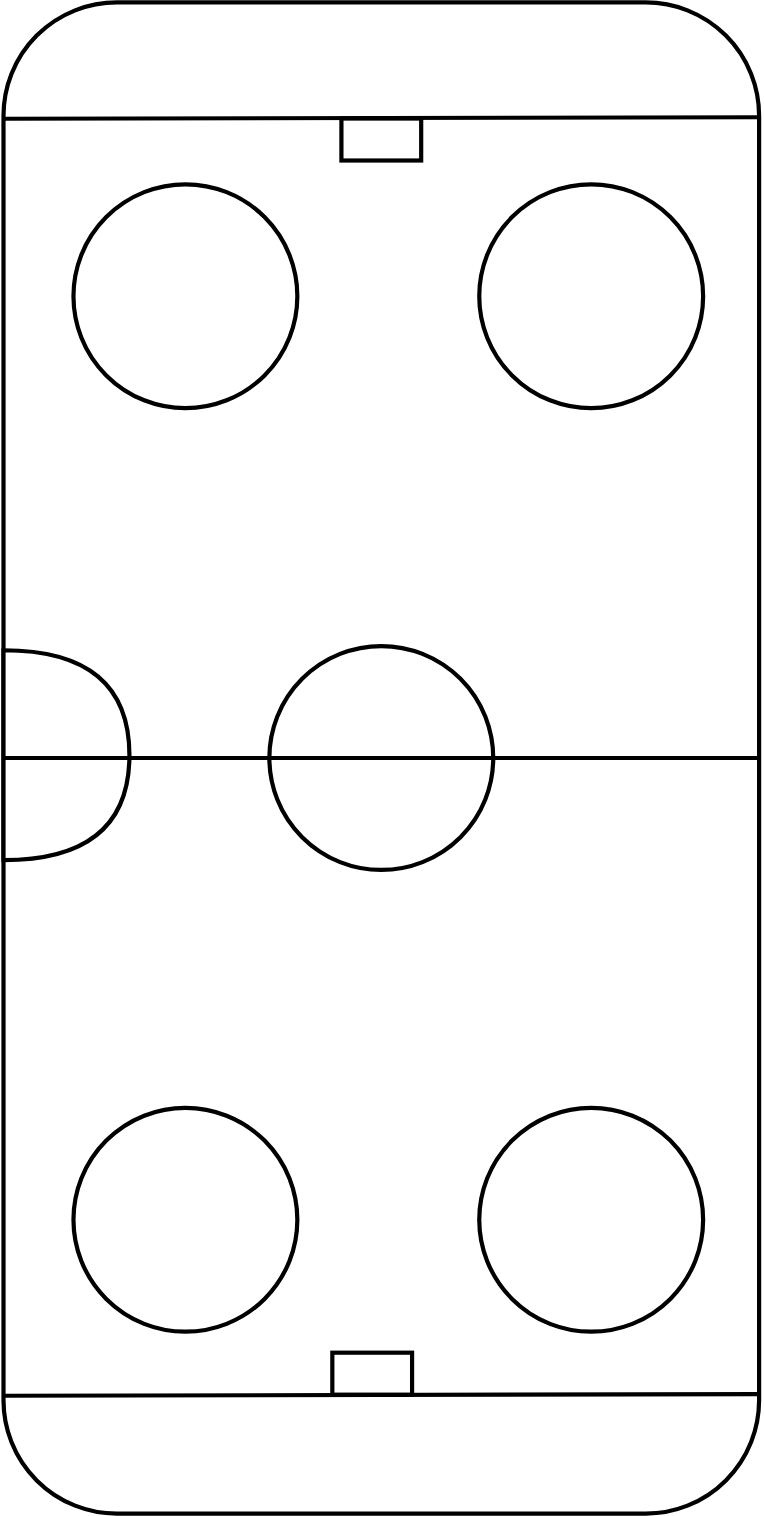
This is images/piste.svg from sebChevre/shot-tracker, a draw.io export, as it was before one commit. Source tidied: cells renumbered, new cells last; positions are measured from the earlier drawing's top-left corner, leaving out a move shared by most shapes. Its diagram source:
```xml
<mxGraphModel>
  <root>
    <mxCell id="0" />
    <mxCell id="1" parent="0" />
    <mxCell id="2" style="rounded=1;whiteSpace=wrap;html=1;strokeWidth=3;" parent="1" vertex="1">
      <mxGeometry width="540" height="1080" as="geometry" />
    </mxCell>
    <mxCell id="3" style="shape=or;whiteSpace=wrap;html=1;strokeWidth=3;" parent="1" vertex="1">
      <mxGeometry y="463" width="90" height="150" as="geometry" />
    </mxCell>
    <mxCell id="4" style="ellipse;whiteSpace=wrap;html=1;strokeWidth=3;" parent="1" vertex="1">
      <mxGeometry x="190" y="460" width="160" height="160" as="geometry" />
    </mxCell>
    <mxCell id="5" style="endArrow=none;html=1;rounded=0;entryX=0;entryY=0.5;entryDx=0;entryDy=0;exitX=1;exitY=0.5;exitDx=0;exitDy=0;strokeWidth=3;" parent="1" edge="1" source="2" target="2">
      <mxGeometry relative="1" as="geometry" />
    </mxCell>
    <mxCell id="6" style="endArrow=none;html=1;rounded=0;exitX=0;exitY=0.922;exitDx=0;exitDy=0;exitPerimeter=0;entryX=1;entryY=0.921;entryDx=0;entryDy=0;entryPerimeter=0;strokeWidth=3;" parent="1" edge="1" source="2" target="2">
      <mxGeometry relative="1" as="geometry" />
    </mxCell>
    <mxCell id="7" style="endArrow=none;html=1;rounded=0;exitX=-0.001;exitY=0.077;exitDx=0;exitDy=0;exitPerimeter=0;entryX=1.001;entryY=0.076;entryDx=0;entryDy=0;entryPerimeter=0;strokeWidth=3;" parent="1" edge="1" source="2" target="2">
      <mxGeometry relative="1" as="geometry" />
    </mxCell>
    <mxCell id="8" style="ellipse;whiteSpace=wrap;html=1;strokeWidth=3;" parent="1" vertex="1">
      <mxGeometry x="50" y="130" width="160" height="160" as="geometry" />
    </mxCell>
    <mxCell id="9" style="ellipse;whiteSpace=wrap;html=1;strokeWidth=3;" parent="1" vertex="1">
      <mxGeometry x="340" y="130" width="160" height="160" as="geometry" />
    </mxCell>
    <mxCell id="10" style="ellipse;whiteSpace=wrap;html=1;strokeWidth=3;" parent="1" vertex="1">
      <mxGeometry x="50" y="790" width="160" height="160" as="geometry" />
    </mxCell>
    <mxCell id="11" style="ellipse;whiteSpace=wrap;html=1;strokeWidth=3;" parent="1" vertex="1">
      <mxGeometry x="340" y="790" width="160" height="160" as="geometry" />
    </mxCell>
    <mxCell id="12" style="rounded=0;whiteSpace=wrap;html=1;strokeWidth=3;" parent="1" vertex="1">
      <mxGeometry x="235" y="965" width="57" height="30" as="geometry" />
    </mxCell>
    <mxCell id="13" style="rounded=0;whiteSpace=wrap;html=1;strokeWidth=3;" parent="1" vertex="1">
      <mxGeometry x="241.5" y="83" width="57" height="30" as="geometry" />
    </mxCell>
  </root>
</mxGraphModel>
```
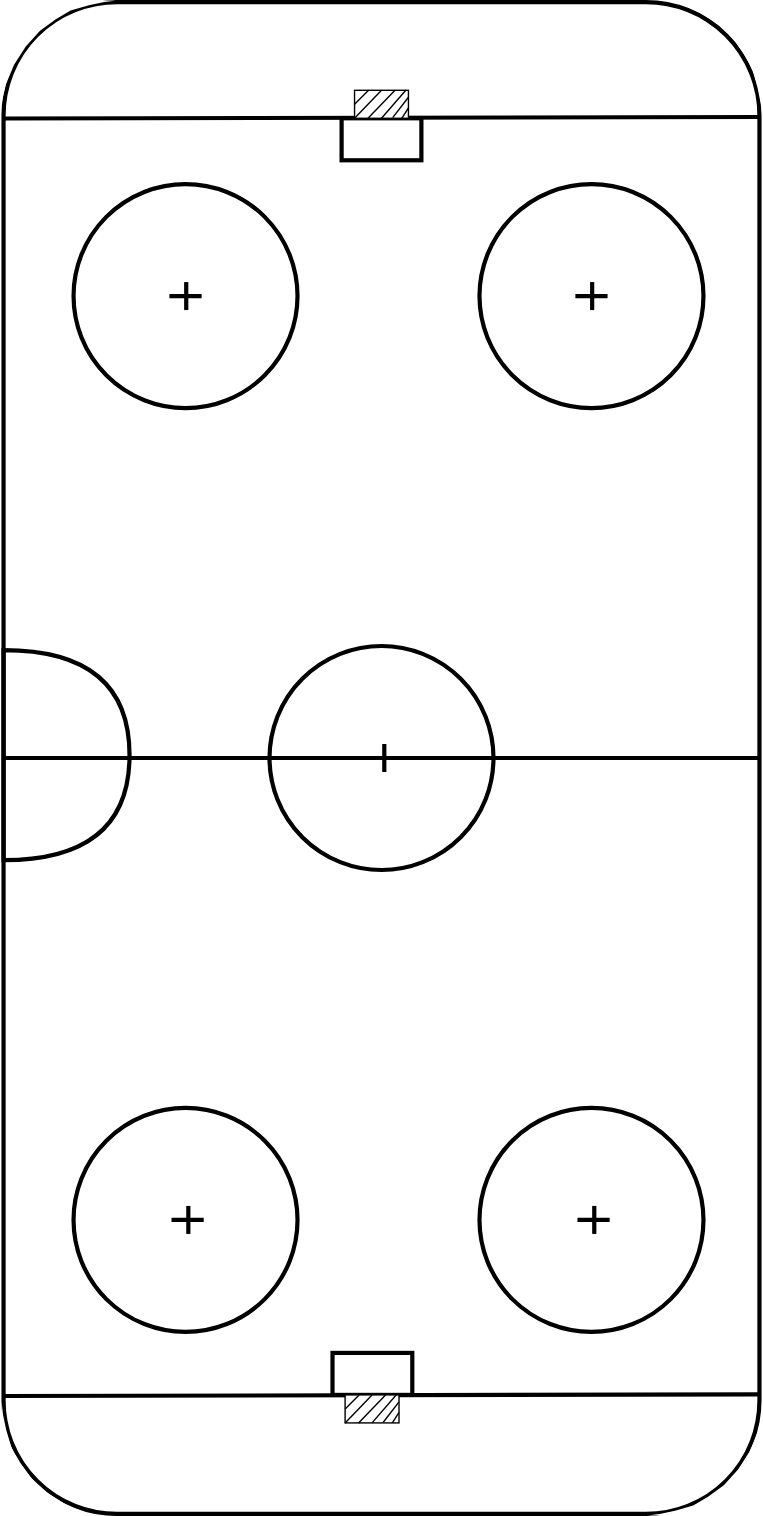
The same file after the commit.

Diff of the diagram source:
```diff
@@ -2,41 +2,173 @@
   <root>
     <mxCell id="0" />
     <mxCell id="1" parent="0" />
-    <mxCell id="2" style="rounded=1;whiteSpace=wrap;html=1;strokeWidth=3;" parent="1" vertex="1">
-      <mxGeometry width="540" height="1080" as="geometry" />
+    <mxCell id="2" style="verticalLabelPosition=bottom;verticalAlign=top;html=1;shape=mxgraph.basic.orthogonal_triangle;rotation=90;strokeColor=none;" parent="1" vertex="1">
+      <mxGeometry width="60" height="60" as="geometry" />
     </mxCell>
-    <mxCell id="3" style="shape=or;whiteSpace=wrap;html=1;strokeWidth=3;" parent="1" vertex="1">
-      <mxGeometry y="463" width="90" height="150" as="geometry" />
+    <mxCell id="3" style="rounded=1;whiteSpace=wrap;html=1;strokeWidth=3;fillColor=none;" parent="1" vertex="1">
+      <mxGeometry width="540" height="1080" as="geometry" />
     </mxCell>
-    <mxCell id="4" style="ellipse;whiteSpace=wrap;html=1;strokeWidth=3;" parent="1" vertex="1">
-      <mxGeometry x="190" y="460" width="160" height="160" as="geometry" />
+    <mxCell id="4" style="shape=or;whiteSpace=wrap;html=1;strokeWidth=3;fillColor=none;" parent="1" vertex="1">
+      <mxGeometry y="463" width="90" height="150" as="geometry" />
     </mxCell>
-    <mxCell id="5" style="endArrow=none;html=1;rounded=0;entryX=0;entryY=0.5;entryDx=0;entryDy=0;exitX=1;exitY=0.5;exitDx=0;exitDy=0;strokeWidth=3;" parent="1" edge="1" source="2" target="2">
-      <mxGeometry relative="1" as="geometry" />
+    <mxCell id="5" style="ellipse;whiteSpace=wrap;html=1;strokeWidth=3;fillColor=none;" parent="1" vertex="1">
+      <mxGeometry x="190" y="460" width="160" height="160" as="geometry" />
     </mxCell>
-    <mxCell id="6" style="endArrow=none;html=1;rounded=0;exitX=0;exitY=0.922;exitDx=0;exitDy=0;exitPerimeter=0;entryX=1;entryY=0.921;entryDx=0;entryDy=0;entryPerimeter=0;strokeWidth=3;" parent="1" edge="1" source="2" target="2">
+    <mxCell id="6" style="endArrow=none;html=1;rounded=0;entryX=0;entryY=0.5;entryDx=0;entryDy=0;exitX=1;exitY=0.5;exitDx=0;exitDy=0;strokeWidth=3;" parent="1" edge="1" source="3" target="3">
       <mxGeometry relative="1" as="geometry" />
     </mxCell>
-    <mxCell id="7" style="endArrow=none;html=1;rounded=0;exitX=-0.001;exitY=0.077;exitDx=0;exitDy=0;exitPerimeter=0;entryX=1.001;entryY=0.076;entryDx=0;entryDy=0;entryPerimeter=0;strokeWidth=3;" parent="1" edge="1" source="2" target="2">
+    <mxCell id="7" style="endArrow=none;html=1;rounded=0;exitX=0;exitY=0.922;exitDx=0;exitDy=0;exitPerimeter=0;entryX=1;entryY=0.921;entryDx=0;entryDy=0;entryPerimeter=0;strokeWidth=3;" parent="1" edge="1" source="3" target="3">
       <mxGeometry relative="1" as="geometry" />
     </mxCell>
-    <mxCell id="8" style="ellipse;whiteSpace=wrap;html=1;strokeWidth=3;" parent="1" vertex="1">
-      <mxGeometry x="50" y="130" width="160" height="160" as="geometry" />
+    <mxCell id="8" style="endArrow=none;html=1;rounded=0;exitX=-0.001;exitY=0.077;exitDx=0;exitDy=0;exitPerimeter=0;entryX=1.001;entryY=0.076;entryDx=0;entryDy=0;entryPerimeter=0;strokeWidth=3;" parent="1" edge="1" source="3" target="3">
+      <mxGeometry relative="1" as="geometry" />
     </mxCell>
-    <mxCell id="9" style="ellipse;whiteSpace=wrap;html=1;strokeWidth=3;" parent="1" vertex="1">
-      <mxGeometry x="340" y="130" width="160" height="160" as="geometry" />
+    <mxCell id="9" style="ellipse;whiteSpace=wrap;html=1;strokeWidth=3;fillColor=none;" parent="1" vertex="1">
+      <mxGeometry x="50" y="130" width="160" height="160" as="geometry" />
     </mxCell>
-    <mxCell id="10" style="ellipse;whiteSpace=wrap;html=1;strokeWidth=3;" parent="1" vertex="1">
-      <mxGeometry x="50" y="790" width="160" height="160" as="geometry" />
+    <mxCell id="10" style="ellipse;whiteSpace=wrap;html=1;strokeWidth=3;fillColor=none;" parent="1" vertex="1">
+      <mxGeometry x="340" y="130" width="160" height="160" as="geometry" />
     </mxCell>
-    <mxCell id="11" style="ellipse;whiteSpace=wrap;html=1;strokeWidth=3;" parent="1" vertex="1">
-      <mxGeometry x="340" y="790" width="160" height="160" as="geometry" />
+    <mxCell id="11" style="ellipse;whiteSpace=wrap;html=1;strokeWidth=3;fillColor=none;" parent="1" vertex="1">
+      <mxGeometry x="50" y="790" width="160" height="160" as="geometry" />
     </mxCell>
-    <mxCell id="12" style="rounded=0;whiteSpace=wrap;html=1;strokeWidth=3;" parent="1" vertex="1">
-      <mxGeometry x="235" y="965" width="57" height="30" as="geometry" />
+    <mxCell id="12" style="ellipse;whiteSpace=wrap;html=1;strokeWidth=3;fillColor=none;" parent="1" vertex="1">
+      <mxGeometry x="340" y="790" width="160" height="160" as="geometry" />
     </mxCell>
-    <mxCell id="13" style="rounded=0;whiteSpace=wrap;html=1;strokeWidth=3;" parent="1" vertex="1">
-      <mxGeometry x="241.5" y="83" width="57" height="30" as="geometry" />
+    <mxCell id="13" style="rounded=0;whiteSpace=wrap;html=1;strokeWidth=3;fillColor=none;" parent="1" vertex="1">
+      <mxGeometry x="235" y="965" width="57" height="30" as="geometry" />
     </mxCell>
+    <mxCell id="14" style="rounded=0;whiteSpace=wrap;html=1;strokeWidth=3;fillColor=none;" parent="1" vertex="1">
+      <mxGeometry x="241.5" y="83" width="57" height="30" as="geometry" />
+    </mxCell>
+    <mxCell id="15" style="group;" parent="1" vertex="1">
+      <mxGeometry x="250.8" y="63" width="38.5" height="20" as="geometry" />
+    </mxCell>
+    <mxCell id="16" style="rounded=0;whiteSpace=wrap;html=1;strokeWidth=1;" parent="15" vertex="1">
+      <mxGeometry width="38.5" height="20" as="geometry" />
+    </mxCell>
+    <mxCell id="17" style="endArrow=none;html=1;rounded=0;fontSize=90;fontColor=#B3B3B3;" parent="15" edge="1">
+      <mxGeometry relative="1" as="geometry">
+        <mxPoint y="10" as="sourcePoint" />
+        <mxPoint x="10" as="targetPoint" />
+      </mxGeometry>
+    </mxCell>
+    <mxCell id="18" style="endArrow=none;html=1;rounded=0;fontSize=90;fontColor=#B3B3B3;entryX=0.5;entryY=0;entryDx=0;entryDy=0;exitX=0;exitY=1;exitDx=0;exitDy=0;" parent="15" edge="1" source="16" target="16">
+      <mxGeometry relative="1" as="geometry" />
+    </mxCell>
+    <mxCell id="19" style="endArrow=none;html=1;rounded=0;fontSize=90;fontColor=#B3B3B3;entryX=0.75;entryY=0;entryDx=0;entryDy=0;exitX=0.25;exitY=1;exitDx=0;exitDy=0;" parent="15" edge="1" source="16" target="16">
+      <mxGeometry relative="1" as="geometry" />
+    </mxCell>
+    <mxCell id="20" style="endArrow=none;html=1;rounded=0;fontSize=90;fontColor=#B3B3B3;exitX=0.5;exitY=1;exitDx=0;exitDy=0;entryX=0.955;entryY=-0.012;entryDx=0;entryDy=0;entryPerimeter=0;" parent="15" edge="1" source="16" target="16">
+      <mxGeometry relative="1" as="geometry" />
+    </mxCell>
+    <mxCell id="21" style="endArrow=none;html=1;rounded=0;fontSize=90;fontColor=#B3B3B3;entryX=1;entryY=0.25;entryDx=0;entryDy=0;exitX=0.708;exitY=0.975;exitDx=0;exitDy=0;exitPerimeter=0;" parent="15" edge="1" source="16" target="16">
+      <mxGeometry relative="1" as="geometry" />
+    </mxCell>
+    <mxCell id="22" style="endArrow=none;html=1;rounded=0;fontSize=90;fontColor=#B3B3B3;entryX=1;entryY=0.625;entryDx=0;entryDy=0;entryPerimeter=0;exitX=0.877;exitY=1;exitDx=0;exitDy=0;exitPerimeter=0;" parent="15" edge="1" source="16" target="16">
+      <mxGeometry relative="1" as="geometry" />
+    </mxCell>
+    <mxCell id="23" style="group;" parent="1" vertex="1">
+      <mxGeometry x="244" y="995" width="38.5" height="20" as="geometry" />
+    </mxCell>
+    <mxCell id="24" style="rounded=0;whiteSpace=wrap;html=1;strokeWidth=1;" parent="23" vertex="1">
+      <mxGeometry width="38.5" height="20" as="geometry" />
+    </mxCell>
+    <mxCell id="25" style="endArrow=none;html=1;rounded=0;fontSize=90;fontColor=#B3B3B3;" parent="23" edge="1">
+      <mxGeometry relative="1" as="geometry">
+        <mxPoint y="10" as="sourcePoint" />
+        <mxPoint x="10" as="targetPoint" />
+      </mxGeometry>
+    </mxCell>
+    <mxCell id="26" style="endArrow=none;html=1;rounded=0;fontSize=90;fontColor=#B3B3B3;entryX=0.5;entryY=0;entryDx=0;entryDy=0;exitX=0;exitY=1;exitDx=0;exitDy=0;" parent="23" edge="1" source="24" target="24">
+      <mxGeometry relative="1" as="geometry" />
+    </mxCell>
+    <mxCell id="27" style="endArrow=none;html=1;rounded=0;fontSize=90;fontColor=#B3B3B3;entryX=0.75;entryY=0;entryDx=0;entryDy=0;exitX=0.25;exitY=1;exitDx=0;exitDy=0;" parent="23" edge="1" source="24" target="24">
+      <mxGeometry relative="1" as="geometry" />
+    </mxCell>
+    <mxCell id="28" style="endArrow=none;html=1;rounded=0;fontSize=90;fontColor=#B3B3B3;exitX=0.5;exitY=1;exitDx=0;exitDy=0;entryX=0.955;entryY=-0.012;entryDx=0;entryDy=0;entryPerimeter=0;" parent="23" edge="1" source="24" target="24">
+      <mxGeometry relative="1" as="geometry" />
+    </mxCell>
+    <mxCell id="29" style="endArrow=none;html=1;rounded=0;fontSize=90;fontColor=#B3B3B3;entryX=1;entryY=0.25;entryDx=0;entryDy=0;exitX=0.708;exitY=0.975;exitDx=0;exitDy=0;exitPerimeter=0;" parent="23" edge="1" source="24" target="24">
+      <mxGeometry relative="1" as="geometry" />
+    </mxCell>
+    <mxCell id="30" style="endArrow=none;html=1;rounded=0;fontSize=90;fontColor=#B3B3B3;entryX=1;entryY=0.625;entryDx=0;entryDy=0;entryPerimeter=0;exitX=0.877;exitY=1;exitDx=0;exitDy=0;exitPerimeter=0;" parent="23" edge="1" source="24" target="24">
+      <mxGeometry relative="1" as="geometry" />
+    </mxCell>
+    <mxCell id="31" style="group;" parent="1" vertex="1">
+      <mxGeometry x="408.5" y="200" width="23" height="20" as="geometry" />
+    </mxCell>
+    <mxCell id="32" style="endArrow=none;html=1;rounded=0;fontSize=90;fontColor=#B3B3B3;strokeWidth=3;" parent="31" edge="1">
+      <mxGeometry relative="1" as="geometry">
+        <mxPoint x="12" y="20" as="sourcePoint" />
+        <mxPoint x="12" as="targetPoint" />
+      </mxGeometry>
+    </mxCell>
+    <mxCell id="33" style="endArrow=none;html=1;rounded=0;fontSize=90;fontColor=#B3B3B3;strokeWidth=3;" parent="31" edge="1">
+      <mxGeometry relative="1" as="geometry">
+        <mxPoint y="10" as="sourcePoint" />
+        <mxPoint x="23" y="10" as="targetPoint" />
+      </mxGeometry>
+    </mxCell>
+    <mxCell id="34" style="group;" parent="1" vertex="1">
+      <mxGeometry x="118.5" y="200" width="23" height="20" as="geometry" />
+    </mxCell>
+    <mxCell id="35" style="endArrow=none;html=1;rounded=0;fontSize=90;fontColor=#B3B3B3;strokeWidth=3;" parent="34" edge="1">
+      <mxGeometry relative="1" as="geometry">
+        <mxPoint x="12" y="20" as="sourcePoint" />
+        <mxPoint x="12" as="targetPoint" />
+      </mxGeometry>
+    </mxCell>
+    <mxCell id="36" style="endArrow=none;html=1;rounded=0;fontSize=90;fontColor=#B3B3B3;strokeWidth=3;" parent="34" edge="1">
+      <mxGeometry relative="1" as="geometry">
+        <mxPoint y="10" as="sourcePoint" />
+        <mxPoint x="23" y="10" as="targetPoint" />
+      </mxGeometry>
+    </mxCell>
+    <mxCell id="37" style="group;" parent="1" vertex="1">
+      <mxGeometry x="410" y="860" width="23" height="20" as="geometry" />
+    </mxCell>
+    <mxCell id="38" style="endArrow=none;html=1;rounded=0;fontSize=90;fontColor=#B3B3B3;strokeWidth=3;" parent="37" edge="1">
+      <mxGeometry relative="1" as="geometry">
+        <mxPoint x="12" y="20" as="sourcePoint" />
+        <mxPoint x="12" as="targetPoint" />
+      </mxGeometry>
+    </mxCell>
+    <mxCell id="39" style="endArrow=none;html=1;rounded=0;fontSize=90;fontColor=#B3B3B3;strokeWidth=3;" parent="37" edge="1">
+      <mxGeometry relative="1" as="geometry">
+        <mxPoint y="10" as="sourcePoint" />
+        <mxPoint x="23" y="10" as="targetPoint" />
+      </mxGeometry>
+    </mxCell>
+    <mxCell id="40" style="group;" parent="1" vertex="1">
+      <mxGeometry x="120" y="860" width="23" height="20" as="geometry" />
+    </mxCell>
+    <mxCell id="41" style="endArrow=none;html=1;rounded=0;fontSize=90;fontColor=#B3B3B3;strokeWidth=3;" parent="40" edge="1">
+      <mxGeometry relative="1" as="geometry">
+        <mxPoint x="12" y="20" as="sourcePoint" />
+        <mxPoint x="12" as="targetPoint" />
+      </mxGeometry>
+    </mxCell>
+    <mxCell id="42" style="endArrow=none;html=1;rounded=0;fontSize=90;fontColor=#B3B3B3;strokeWidth=3;" parent="40" edge="1">
+      <mxGeometry relative="1" as="geometry">
+        <mxPoint y="10" as="sourcePoint" />
+        <mxPoint x="23" y="10" as="targetPoint" />
+      </mxGeometry>
+    </mxCell>
+    <mxCell id="43" style="group;" parent="1" vertex="1">
+      <mxGeometry x="260" y="530" width="23" height="20" as="geometry" />
+    </mxCell>
+    <mxCell id="44" style="endArrow=none;html=1;rounded=0;fontSize=90;fontColor=#B3B3B3;strokeWidth=3;" parent="43" edge="1">
+      <mxGeometry relative="1" as="geometry">
+        <mxPoint x="12" y="20" as="sourcePoint" />
+        <mxPoint x="12" as="targetPoint" />
+      </mxGeometry>
+    </mxCell>
+    <mxCell id="45" style="endArrow=none;html=1;rounded=0;fontSize=90;fontColor=#B3B3B3;strokeWidth=3;" parent="43" edge="1">
+      <mxGeometry relative="1" as="geometry">
+        <mxPoint y="10" as="sourcePoint" />
+        <mxPoint x="23" y="10" as="targetPoint" />
+      </mxGeometry>
+    </mxCell>
   </root>
 </mxGraphModel>
```
